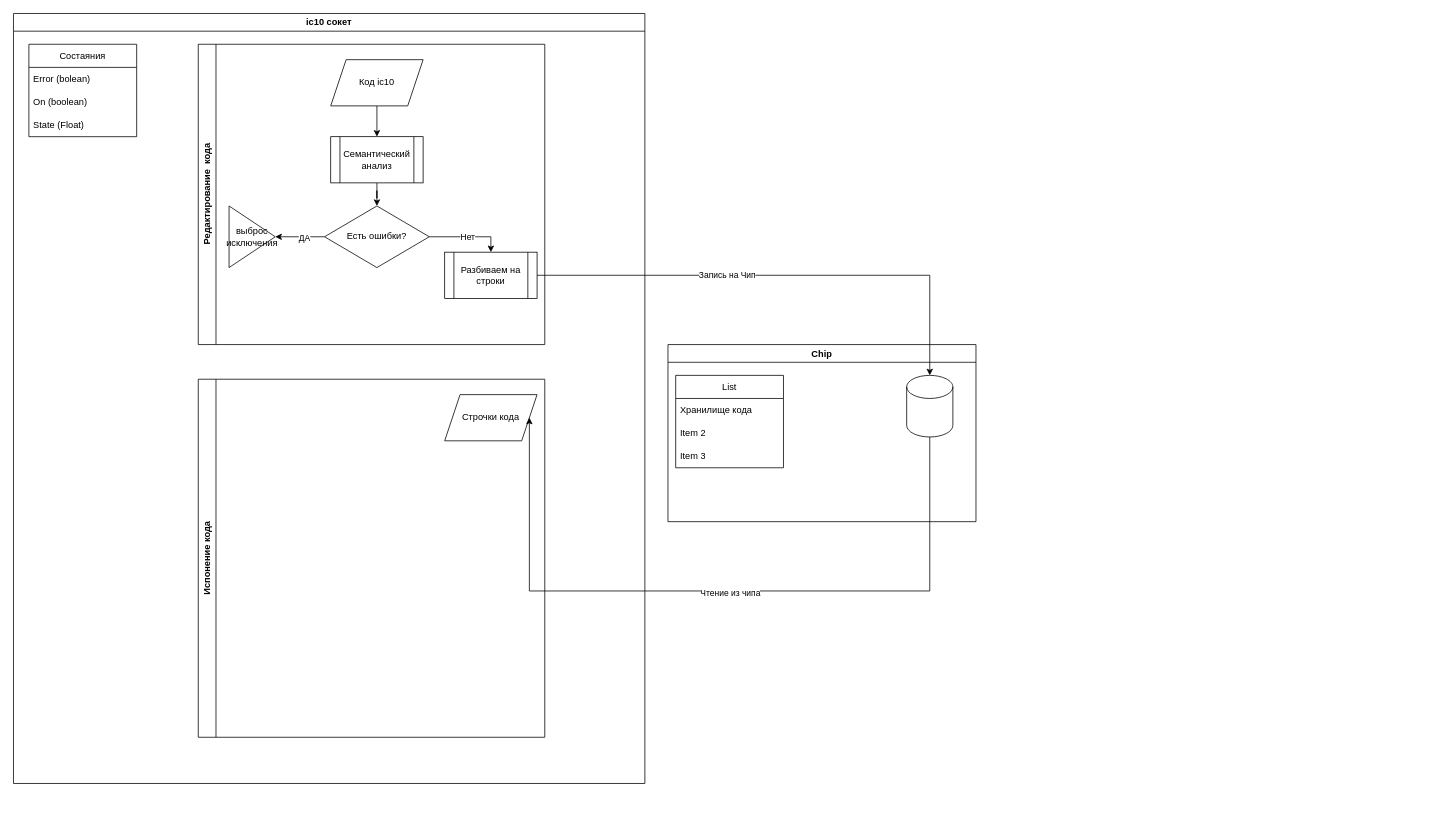
Traineratwot/ic10-v5 keeps this draw.io diagram as docs/ic10.drawio. Above is the earlier version. Source tidied: cells renumbered, new cells numbered last; positions are measured from the earlier drawing's top-left corner, leaving out a move shared by most shapes. Both pictures are drawn from the tidied source at 77%, with x=0, y=0 at pixel (13, 13).
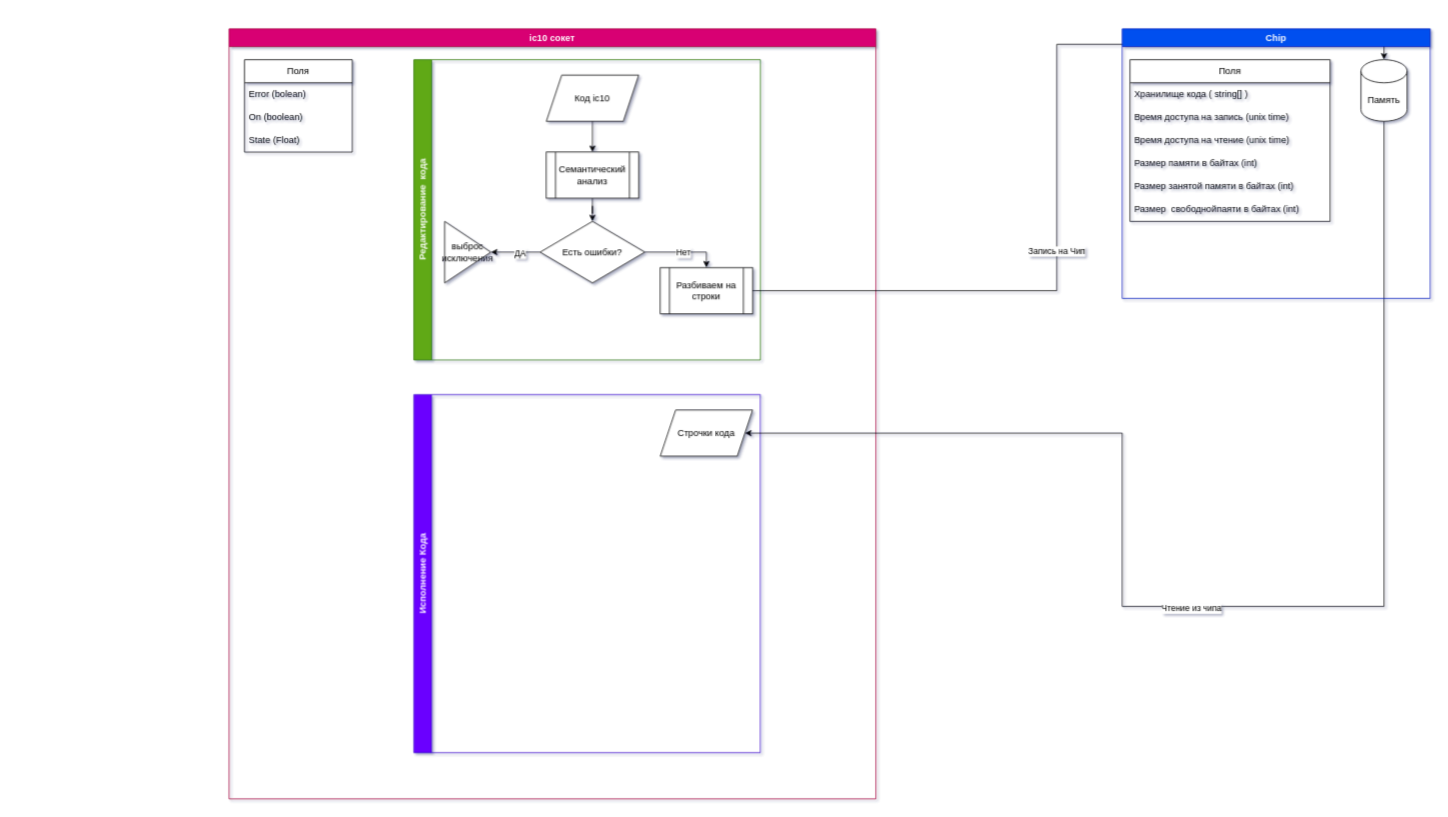
Above is the later version.

Unchanged cells that the change refers to:
```xml
<mxCell id="18" value="Разбиваем на строки" style="shape=process;whiteSpace=wrap;html=1;backgroundOutline=1;" parent="7" vertex="1">
  <mxGeometry x="320" y="270" width="120" height="60" as="geometry" />
</mxCell>
<mxCell id="20" value="Строчки кода" style="shape=parallelogram;perimeter=parallelogramPerimeter;whiteSpace=wrap;html=1;fixedSize=1;" parent="19" vertex="1">
  <mxGeometry x="320" y="20" width="120" height="60" as="geometry" />
</mxCell>
```

What changed in the source:
```diff
@@
-<mxGraphModel>
+<mxGraphModel shadow="1">
@@
-    <mxCell id="2" value="ic10 сокет" style="swimlane;whiteSpace=wrap;html=1;" parent="1" vertex="1">
-      <mxGeometry width="820" height="1000" as="geometry" />
+    <mxCell id="2" value="ic10 сокет" style="swimlane;whiteSpace=wrap;html=1;fillColor=#d80073;fontColor=#ffffff;strokeColor=#A50040;" parent="1" vertex="1">
+      <mxGeometry x="280" y="20" width="840" height="1000" as="geometry" />
     </mxCell>
-    <mxCell id="3" value="Состаяния" style="swimlane;fontStyle=0;horizontal=1;startSize=30;whiteSpace=wrap;html=1;" parent="2" vertex="1">
+    <mxCell id="3" value="Поля" style="swimlane;fontStyle=0;horizontal=1;startSize=30;whiteSpace=wrap;html=1;" parent="2" vertex="1">
       <mxGeometry x="20" y="40" width="140" height="120" as="geometry" />
     </mxCell>
@@
-    <mxCell id="7" value="Редактирование&amp;nbsp; кода" style="swimlane;horizontal=0;whiteSpace=wrap;html=1;" parent="2" vertex="1">
+    <mxCell id="7" value="Редактирование&amp;nbsp; кода" style="swimlane;horizontal=0;whiteSpace=wrap;html=1;fillColor=#60a917;fontColor=#ffffff;strokeColor=#2D7600;" parent="2" vertex="1">
       <mxGeometry x="240" y="40" width="450" height="390" as="geometry" />
     </mxCell>
@@
-    <mxCell id="19" value="Испонение кода" style="swimlane;horizontal=0;whiteSpace=wrap;html=1;" parent="2" vertex="1">
+    <mxCell id="19" value="Исполнение Кода" style="swimlane;horizontal=0;whiteSpace=wrap;html=1;fillColor=#6a00ff;fontColor=#ffffff;strokeColor=#3700CC;" parent="2" vertex="1">
       <mxGeometry x="240" y="475" width="450" height="465" as="geometry" />
     </mxCell>
@@
+    <mxCell id="27" style="edgeStyle=orthogonalEdgeStyle;rounded=0;jettySize=auto;html=1;entryX=0.5;entryY=0;entryDx=0;entryDy=0;entryPerimeter=0;" parent="1" edge="1" source="18" target="22">
+      <mxGeometry relative="1" as="geometry" />
+    </mxCell>
+    <mxCell id="28" value="Запись на Чип" style="edgeLabel;html=1;align=center;verticalAlign=middle;" parent="27" vertex="1">
+      <mxGeometry x="-0.23" y="1" relative="1" as="geometry" />
+    </mxCell>
+    <mxCell id="29" style="edgeStyle=orthogonalEdgeStyle;rounded=0;jettySize=auto;html=1;entryX=1;entryY=0.5;entryDx=0;entryDy=0;" parent="1" edge="1" source="22" target="20">
+      <mxGeometry relative="1" as="geometry">
+        <Array as="points">
+          <mxPoint x="1440" y="770" />
+        </Array>
+      </mxGeometry>
+    </mxCell>
+    <mxCell id="30" value="Чтение из чипа" style="edgeLabel;html=1;align=center;verticalAlign=middle;" parent="29" vertex="1">
+      <mxGeometry x="0.14" y="2" relative="1" as="geometry">
+        <mxPoint x="79" as="offset" />
+      </mxGeometry>
+    </mxCell>
-    <mxCell id="21" value="Chip" style="swimlane;whiteSpace=wrap;html=1;" parent="1" vertex="1">
-      <mxGeometry x="850" y="430" width="400" height="230" as="geometry" />
+    <mxCell id="21" value="Chip" style="swimlane;whiteSpace=wrap;html=1;fillColor=#0050ef;fontColor=#ffffff;strokeColor=#001DBC;" parent="1" vertex="1">
+      <mxGeometry x="1440" y="20" width="400" height="350" as="geometry" />
     </mxCell>
-    <mxCell id="22" style="shape=cylinder3;whiteSpace=wrap;html=1;boundedLbl=1;backgroundOutline=1;size=15;" parent="21" vertex="1">
+    <mxCell id="22" value="Память" style="shape=cylinder3;whiteSpace=wrap;html=1;boundedLbl=1;backgroundOutline=1;size=15;" parent="21" vertex="1">
       <mxGeometry x="310" y="40" width="60" height="80" as="geometry" />
     </mxCell>
-    <mxCell id="23" value="List" style="swimlane;fontStyle=0;horizontal=1;startSize=30;whiteSpace=wrap;html=1;" parent="21" vertex="1">
-      <mxGeometry x="10" y="40" width="140" height="120" as="geometry" />
+    <mxCell id="23" value="Поля" style="swimlane;fontStyle=0;horizontal=1;startSize=30;whiteSpace=wrap;html=1;" parent="21" vertex="1">
+      <mxGeometry x="10" y="40" width="260" height="210" as="geometry" />
     </mxCell>
-    <mxCell id="24" value="Хранилище кода" style="text;strokeColor=none;fillColor=none;align=left;verticalAlign=middle;spacingLeft=4;spacingRight=4;overflow=hidden;whiteSpace=wrap;html=1;" parent="23" vertex="1">
-      <mxGeometry y="30" width="140" height="30" as="geometry" />
+    <mxCell id="24" value="Хранилище кода ( string[] )" style="text;strokeColor=none;fillColor=none;align=left;verticalAlign=middle;spacingLeft=4;spacingRight=4;overflow=hidden;whiteSpace=wrap;html=1;" parent="23" vertex="1">
+      <mxGeometry y="30" width="260" height="30" as="geometry" />
     </mxCell>
-    <mxCell id="25" value="Item 2" style="text;strokeColor=none;fillColor=none;align=left;verticalAlign=middle;spacingLeft=4;spacingRight=4;overflow=hidden;whiteSpace=wrap;html=1;" parent="23" vertex="1">
-      <mxGeometry y="60" width="140" height="30" as="geometry" />
+    <mxCell id="25" value="Время доступа на запись (unix time)" style="text;strokeColor=none;fillColor=none;align=left;verticalAlign=middle;spacingLeft=4;spacingRight=4;overflow=hidden;whiteSpace=wrap;html=1;" parent="23" vertex="1">
+      <mxGeometry y="60" width="260" height="30" as="geometry" />
     </mxCell>
-    <mxCell id="26" value="Item 3" style="text;strokeColor=none;fillColor=none;align=left;verticalAlign=middle;spacingLeft=4;spacingRight=4;overflow=hidden;whiteSpace=wrap;html=1;" parent="23" vertex="1">
-      <mxGeometry y="90" width="140" height="30" as="geometry" />
+    <mxCell id="26" value="Время доступа на чтение (unix time)" style="text;strokeColor=none;fillColor=none;align=left;verticalAlign=middle;spacingLeft=4;spacingRight=4;overflow=hidden;whiteSpace=wrap;html=1;" parent="23" vertex="1">
+      <mxGeometry y="90" width="260" height="30" as="geometry" />
     </mxCell>
-    <mxCell id="27" style="edgeStyle=orthogonalEdgeStyle;rounded=0;jettySize=auto;html=1;entryX=0.5;entryY=0;entryDx=0;entryDy=0;entryPerimeter=0;" parent="1" edge="1" source="18" target="22">
-      <mxGeometry relative="1" as="geometry" />
-    </mxCell>
-    <mxCell id="28" value="Запись на Чип" style="edgeLabel;html=1;align=center;verticalAlign=middle;" parent="27" vertex="1">
-      <mxGeometry x="-0.23" y="1" relative="1" as="geometry" />
-    </mxCell>
-    <mxCell id="29" style="edgeStyle=orthogonalEdgeStyle;rounded=0;jettySize=auto;html=1;entryX=1;entryY=0.5;entryDx=0;entryDy=0;" parent="1" edge="1" source="22" target="20">
-      <mxGeometry relative="1" as="geometry">
-        <Array as="points">
-          <mxPoint x="1190" y="750" />
-        </Array>
-      </mxGeometry>
-    </mxCell>
-    <mxCell id="30" value="Чтение из чипа" style="edgeLabel;html=1;align=center;verticalAlign=middle;" parent="29" vertex="1">
-      <mxGeometry x="0.14" y="2" relative="1" as="geometry">
-        <mxPoint x="79" as="offset" />
-      </mxGeometry>
-    </mxCell>
+    <mxCell id="31" value="Размер памяти в байтах (int)" style="text;strokeColor=none;fillColor=none;align=left;verticalAlign=middle;spacingLeft=4;spacingRight=4;overflow=hidden;whiteSpace=wrap;html=1;" parent="23" vertex="1">
+      <mxGeometry y="120" width="260" height="30" as="geometry" />
+    </mxCell>
+    <mxCell id="32" value="Размер занятой памяти в байтах (int)" style="text;strokeColor=none;fillColor=none;align=left;verticalAlign=middle;spacingLeft=4;spacingRight=4;overflow=hidden;whiteSpace=wrap;html=1;" parent="23" vertex="1">
+      <mxGeometry y="150" width="260" height="30" as="geometry" />
+    </mxCell>
+    <mxCell id="33" value="Размер&amp;nbsp; свободнойпаяти в байтах (int)" style="text;strokeColor=none;fillColor=none;align=left;verticalAlign=middle;spacingLeft=4;spacingRight=4;overflow=hidden;whiteSpace=wrap;html=1;" parent="23" vertex="1">
+      <mxGeometry y="180" width="260" height="30" as="geometry" />
+    </mxCell>
```
